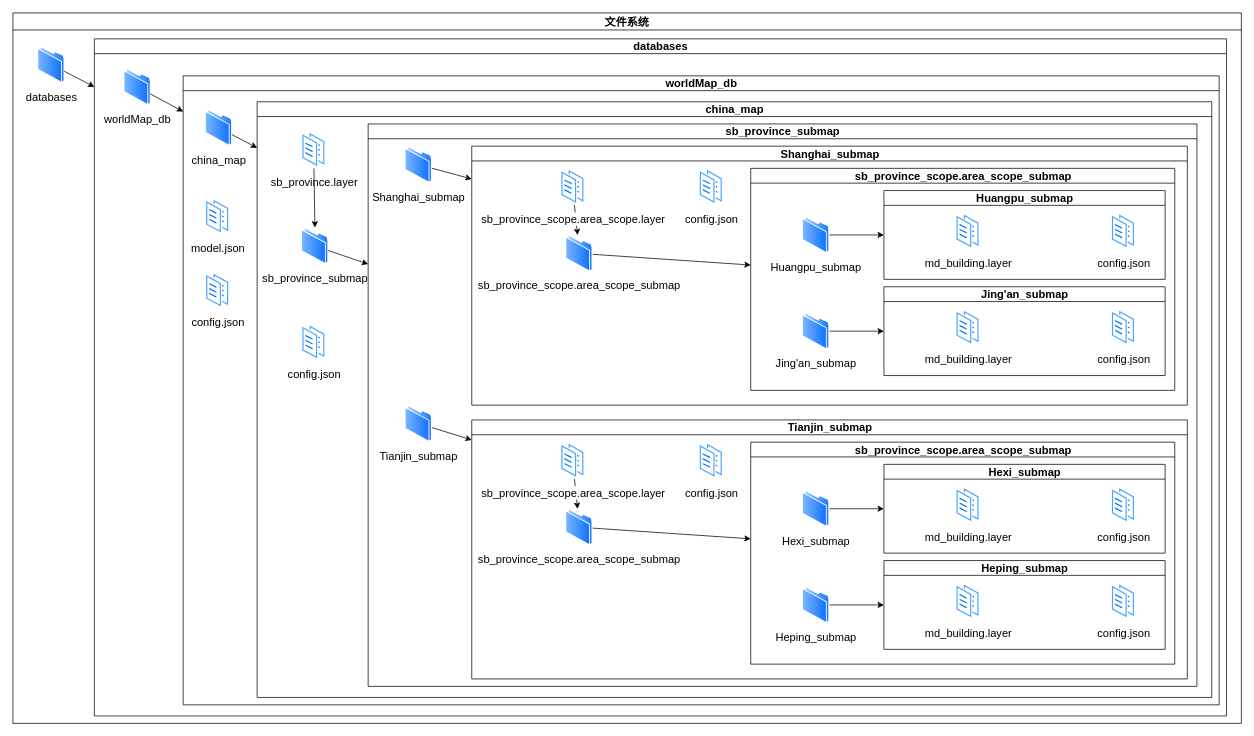
Above: page "文件结构" (2 of 8) of 地理数据库架构图.drawio in MuLeiSY2021/RisegerDB (draw.io), before the change. Source tidied: cells renumbered, new cells numbered last; positions are measured from the earlier drawing's top-left corner, leaving out a move shared by most shapes. Both pictures are drawn from the tidied source at 74%, with x=0, y=0 at pixel (13, 13).
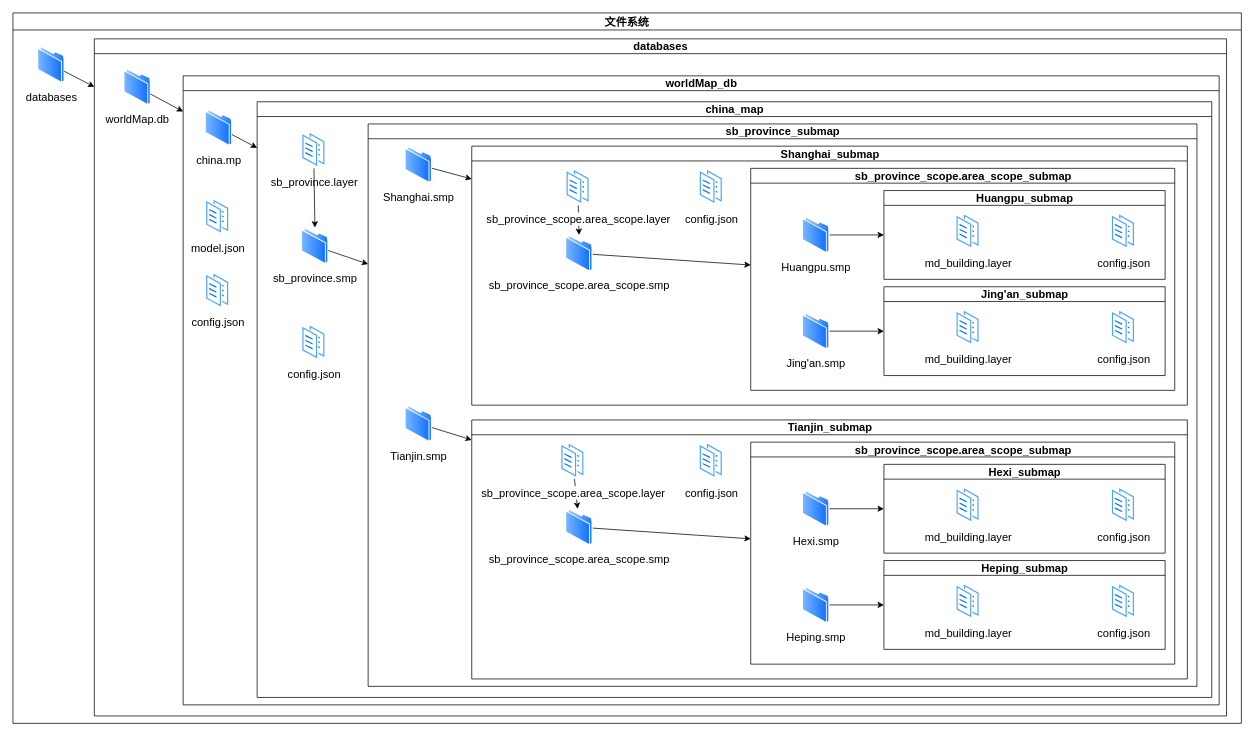
The same page after the edit.

The change refers to these unchanged cells:
```xml
<mxCell id="5" value="databases" style="swimlane;strokeColor=default;fontFamily=Helvetica;fontSize=15;fontColor=default;startSize=20;fillColor=default;html=1;" parent="2" vertex="1">
  <mxGeometry x="110" y="35" width="1530" height="915" as="geometry" />
</mxCell>
<mxCell id="8" value="worldMap_db" style="swimlane;strokeColor=default;fontFamily=Helvetica;fontSize=15;fontColor=default;startSize=20;fillColor=default;html=1;fontStyle=1;strokeWidth=1;" parent="5" vertex="1">
  <mxGeometry x="120" y="50" width="1400" height="850" as="geometry" />
</mxCell>
<mxCell id="11" value="china_map" style="swimlane;strokeColor=default;fontFamily=Helvetica;fontSize=15;fontColor=default;startSize=20;fillColor=default;html=1;" parent="8" vertex="1">
  <mxGeometry x="100" y="35" width="1290" height="805" as="geometry" />
</mxCell>
<mxCell id="16" value="sb_province_submap" style="swimlane;strokeColor=default;fontFamily=Helvetica;fontSize=15;fontColor=default;startSize=20;fillColor=default;html=1;" parent="11" vertex="1">
  <mxGeometry x="150" y="30" width="1120" height="760" as="geometry" />
</mxCell>
<mxCell id="18" value="Shanghai_submap" style="swimlane;strokeColor=default;fontFamily=Helvetica;fontSize=15;fontColor=default;startSize=20;fillColor=default;html=1;" parent="16" vertex="1">
  <mxGeometry x="140" y="30" width="967" height="350" as="geometry" />
</mxCell>
<mxCell id="24" value="sb_province_scope.area_scope_submap" style="swimlane;strokeColor=default;fontFamily=Helvetica;fontSize=15;fontColor=default;startSize=20;fillColor=default;html=1;" parent="18" vertex="1">
  <mxGeometry x="377" y="30" width="573" height="300" as="geometry" />
</mxCell>
<mxCell id="38" value="Tianjin_submap" style="swimlane;strokeColor=default;fontFamily=Helvetica;fontSize=15;fontColor=default;startSize=20;fillColor=default;html=1;" parent="16" vertex="1">
  <mxGeometry x="140" y="400" width="967" height="350" as="geometry" />
</mxCell>
<mxCell id="44" value="sb_province_scope.area_scope_submap" style="swimlane;strokeColor=default;fontFamily=Helvetica;fontSize=15;fontColor=default;startSize=20;fillColor=default;html=1;" parent="38" vertex="1">
  <mxGeometry x="377" y="30" width="573" height="300" as="geometry" />
</mxCell>
```

What changed in the source:
```diff
@@
-    <mxCell id="7" value="worldMap_db" style="perimeter=ellipsePerimeter;html=1;align=center;shadow=0;dashed=0;spacingTop=3;image;image=img/lib/active_directory/folder.svg;strokeColor=default;fontFamily=Helvetica;fontSize=15;fontColor=default;startSize=20;fillColor=default;" parent="5" vertex="1">
+    <mxCell id="7" value="worldMap.db" style="perimeter=ellipsePerimeter;html=1;align=center;shadow=0;dashed=0;spacingTop=3;image;image=img/lib/active_directory/folder.svg;strokeColor=default;fontFamily=Helvetica;fontSize=15;fontColor=default;startSize=20;fillColor=default;" parent="5" vertex="1">
       <mxGeometry x="40" y="40" width="36.5" height="50" as="geometry" />
     </mxCell>
@@
-    <mxCell id="10" value="china_map" style="perimeter=ellipsePerimeter;html=1;align=center;shadow=0;dashed=0;spacingTop=3;image;image=img/lib/active_directory/folder.svg;strokeColor=default;fontFamily=Helvetica;fontSize=15;fontColor=default;startSize=20;fillColor=default;" parent="8" vertex="1">
+    <mxCell id="10" value="china.mp" style="perimeter=ellipsePerimeter;html=1;align=center;shadow=0;dashed=0;spacingTop=3;image;image=img/lib/active_directory/folder.svg;strokeColor=default;fontFamily=Helvetica;fontSize=15;fontColor=default;startSize=20;fillColor=default;" parent="8" vertex="1">
       <mxGeometry x="30" y="45" width="36.5" height="50" as="geometry" />
     </mxCell>
@@
-    <mxCell id="15" value="sb_province_submap" style="perimeter=ellipsePerimeter;html=1;align=center;shadow=0;dashed=0;spacingTop=3;image;image=img/lib/active_directory/folder.svg;strokeColor=default;fontFamily=Helvetica;fontSize=15;fontColor=default;startSize=20;fillColor=default;" parent="11" vertex="1">
+    <mxCell id="15" value="sb_province.smp" style="perimeter=ellipsePerimeter;html=1;align=center;shadow=0;dashed=0;spacingTop=3;image;image=img/lib/active_directory/folder.svg;strokeColor=default;fontFamily=Helvetica;fontSize=15;fontColor=default;startSize=20;fillColor=default;" parent="11" vertex="1">
       <mxGeometry x="60" y="170" width="36.5" height="50" as="geometry" />
     </mxCell>
@@
-    <mxCell id="17" value="Shanghai_submap" style="perimeter=ellipsePerimeter;html=1;align=center;shadow=0;dashed=0;spacingTop=3;image;image=img/lib/active_directory/folder.svg;strokeColor=default;fontFamily=Helvetica;fontSize=15;fontColor=default;startSize=20;fillColor=default;" parent="16" vertex="1">
+    <mxCell id="17" value="Shanghai.smp" style="perimeter=ellipsePerimeter;html=1;align=center;shadow=0;dashed=0;spacingTop=3;image;image=img/lib/active_directory/folder.svg;strokeColor=default;fontFamily=Helvetica;fontSize=15;fontColor=default;startSize=20;fillColor=default;" parent="16" vertex="1">
       <mxGeometry x="50" y="30" width="36.5" height="50" as="geometry" />
     </mxCell>
@@
     <mxCell id="20" value="sb_province_scope.area_scope.layer" style="perimeter=ellipsePerimeter;html=1;align=center;shadow=0;dashed=0;spacingTop=3;image;image=img/lib/active_directory/documents.svg;strokeColor=default;fontFamily=Helvetica;fontSize=15;fontColor=default;startSize=20;fillColor=default;" parent="18" vertex="1">
-      <mxGeometry x="120" y="30" width="33" height="50" as="geometry" />
+      <mxGeometry x="127" y="30" width="33" height="50" as="geometry" />
     </mxCell>
@@
-    <mxCell id="23" value="sb_province_scope.area_scope_submap" style="perimeter=ellipsePerimeter;html=1;align=center;shadow=0;dashed=0;spacingTop=3;image;image=img/lib/active_directory/folder.svg;strokeColor=default;fontFamily=Helvetica;fontSize=15;fontColor=default;startSize=20;fillColor=default;" parent="18" vertex="1">
+    <mxCell id="23" value="sb_province_scope.area_scope.smp" style="perimeter=ellipsePerimeter;html=1;align=center;shadow=0;dashed=0;spacingTop=3;image;image=img/lib/active_directory/folder.svg;strokeColor=default;fontFamily=Helvetica;fontSize=15;fontColor=default;startSize=20;fillColor=default;" parent="18" vertex="1">
       <mxGeometry x="127" y="120" width="36.5" height="50" as="geometry" />
     </mxCell>
@@
-    <mxCell id="26" value="Huangpu_submap" style="perimeter=ellipsePerimeter;html=1;align=center;shadow=0;dashed=0;spacingTop=3;image;image=img/lib/active_directory/folder.svg;strokeColor=default;fontFamily=Helvetica;fontSize=15;fontColor=default;startSize=20;fillColor=default;" parent="24" vertex="1">
+    <mxCell id="26" value="Huangpu.smp" style="perimeter=ellipsePerimeter;html=1;align=center;shadow=0;dashed=0;spacingTop=3;image;image=img/lib/active_directory/folder.svg;strokeColor=default;fontFamily=Helvetica;fontSize=15;fontColor=default;startSize=20;fillColor=default;" parent="24" vertex="1">
       <mxGeometry x="70" y="65" width="36.5" height="50" as="geometry" />
     </mxCell>
@@
-    <mxCell id="28" value="Jing'an_submap" style="perimeter=ellipsePerimeter;html=1;align=center;shadow=0;dashed=0;spacingTop=3;image;image=img/lib/active_directory/folder.svg;strokeColor=default;fontFamily=Helvetica;fontSize=15;fontColor=default;startSize=20;fillColor=default;" parent="24" vertex="1">
+    <mxCell id="28" value="Jing'an.smp&lt;br&gt;" style="perimeter=ellipsePerimeter;html=1;align=center;shadow=0;dashed=0;spacingTop=3;image;image=img/lib/active_directory/folder.svg;strokeColor=default;fontFamily=Helvetica;fontSize=15;fontColor=default;startSize=20;fillColor=default;" parent="24" vertex="1">
       <mxGeometry x="70" y="195" width="36.5" height="50" as="geometry" />
     </mxCell>
@@
-    <mxCell id="36" value="Tianjin_submap" style="perimeter=ellipsePerimeter;html=1;align=center;shadow=0;dashed=0;spacingTop=3;image;image=img/lib/active_directory/folder.svg;strokeColor=default;fontFamily=Helvetica;fontSize=15;fontColor=default;startSize=20;fillColor=default;" parent="16" vertex="1">
+    <mxCell id="36" value="Tianjin.smp" style="perimeter=ellipsePerimeter;html=1;align=center;shadow=0;dashed=0;spacingTop=3;image;image=img/lib/active_directory/folder.svg;strokeColor=default;fontFamily=Helvetica;fontSize=15;fontColor=default;startSize=20;fillColor=default;" parent="16" vertex="1">
       <mxGeometry x="50" y="380" width="36.5" height="50" as="geometry" />
     </mxCell>
@@
-    <mxCell id="43" value="sb_province_scope.area_scope_submap" style="perimeter=ellipsePerimeter;html=1;align=center;shadow=0;dashed=0;spacingTop=3;image;image=img/lib/active_directory/folder.svg;strokeColor=default;fontFamily=Helvetica;fontSize=15;fontColor=default;startSize=20;fillColor=default;" parent="38" vertex="1">
+    <mxCell id="43" value="sb_province_scope.area_scope.smp" style="perimeter=ellipsePerimeter;html=1;align=center;shadow=0;dashed=0;spacingTop=3;image;image=img/lib/active_directory/folder.svg;strokeColor=default;fontFamily=Helvetica;fontSize=15;fontColor=default;startSize=20;fillColor=default;" parent="38" vertex="1">
       <mxGeometry x="127" y="120" width="36.5" height="50" as="geometry" />
     </mxCell>
@@
-    <mxCell id="46" value="Hexi_submap" style="perimeter=ellipsePerimeter;html=1;align=center;shadow=0;dashed=0;spacingTop=3;image;image=img/lib/active_directory/folder.svg;strokeColor=default;fontFamily=Helvetica;fontSize=15;fontColor=default;startSize=20;fillColor=default;" parent="44" vertex="1">
+    <mxCell id="46" value="Hexi.smp" style="perimeter=ellipsePerimeter;html=1;align=center;shadow=0;dashed=0;spacingTop=3;image;image=img/lib/active_directory/folder.svg;strokeColor=default;fontFamily=Helvetica;fontSize=15;fontColor=default;startSize=20;fillColor=default;" parent="44" vertex="1">
       <mxGeometry x="70" y="65" width="36.5" height="50" as="geometry" />
     </mxCell>
@@
-    <mxCell id="48" value="Heping_submap" style="perimeter=ellipsePerimeter;html=1;align=center;shadow=0;dashed=0;spacingTop=3;image;image=img/lib/active_directory/folder.svg;strokeColor=default;fontFamily=Helvetica;fontSize=15;fontColor=default;startSize=20;fillColor=default;" parent="44" vertex="1">
+    <mxCell id="48" value="Heping.smp" style="perimeter=ellipsePerimeter;html=1;align=center;shadow=0;dashed=0;spacingTop=3;image;image=img/lib/active_directory/folder.svg;strokeColor=default;fontFamily=Helvetica;fontSize=15;fontColor=default;startSize=20;fillColor=default;" parent="44" vertex="1">
       <mxGeometry x="70" y="195" width="36.5" height="50" as="geometry" />
     </mxCell>
```
